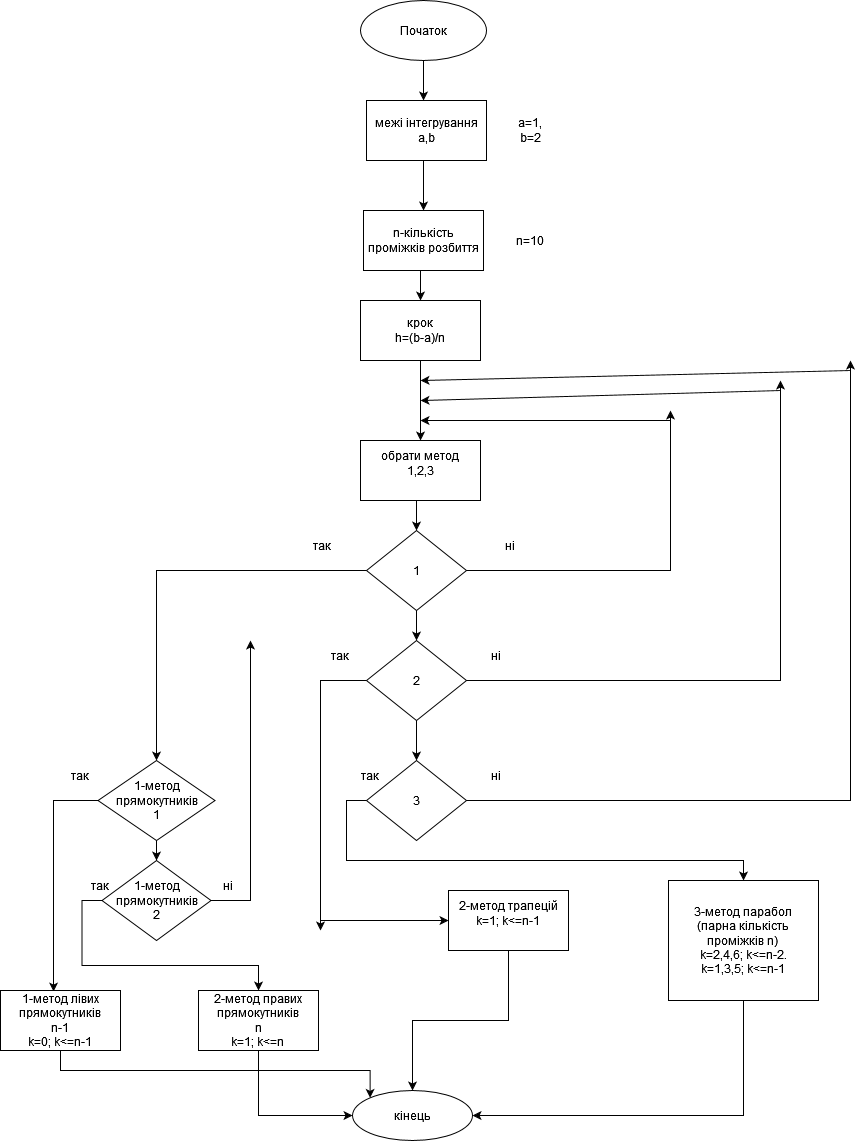
Before: Untitled Diagram.drawio.png, a diagram exported from draw.io (VolodymyrLutskevych-PE-12/Lab_2_Volodymyr-Lutskevych_PE-12_-1-). Source tidied: cells renumbered, new cells last; positions are measured from the earlier drawing's top-left corner, leaving out a move shared by most shapes. Its diagram source:
```xml
<mxGraphModel>
  <root>
    <mxCell id="0" />
    <mxCell id="1" parent="0" />
    <mxCell id="2" style="edgeStyle=orthogonalEdgeStyle;rounded=0;jettySize=auto;html=1;" parent="1" edge="1" source="3">
      <mxGeometry relative="1" as="geometry">
        <mxPoint x="423" y="100" as="targetPoint" />
      </mxGeometry>
    </mxCell>
    <mxCell id="3" value="Початок" style="ellipse;whiteSpace=wrap;html=1;" parent="1" vertex="1">
      <mxGeometry x="360" width="126" height="60" as="geometry" />
    </mxCell>
    <mxCell id="4" style="edgeStyle=orthogonalEdgeStyle;rounded=0;orthogonalLoop=1;jettySize=auto;html=1;exitX=0.5;exitY=1;exitDx=0;exitDy=0;" parent="1" edge="1">
      <mxGeometry relative="1" as="geometry">
        <mxPoint x="423" y="160" as="sourcePoint" />
        <mxPoint x="423" y="210" as="targetPoint" />
      </mxGeometry>
    </mxCell>
    <mxCell id="5" style="edgeStyle=orthogonalEdgeStyle;rounded=0;jettySize=auto;html=1;exitX=0;exitY=0.5;exitDx=0;exitDy=0;entryX=0.442;entryY=0.017;entryDx=0;entryDy=0;entryPerimeter=0;" parent="1" edge="1" source="7" target="10">
      <mxGeometry relative="1" as="geometry" />
    </mxCell>
    <mxCell id="6" style="edgeStyle=orthogonalEdgeStyle;rounded=0;jettySize=auto;html=1;exitX=0.5;exitY=1;exitDx=0;exitDy=0;" parent="1" edge="1" source="7" target="32">
      <mxGeometry relative="1" as="geometry" />
    </mxCell>
    <mxCell id="7" value="&lt;div&gt;1-метод прямокутників&lt;/div&gt;1" style="rhombus;whiteSpace=wrap;html=1;" parent="1" vertex="1">
      <mxGeometry x="97.5" y="760" width="117" height="80" as="geometry" />
    </mxCell>
    <mxCell id="8" style="edgeStyle=orthogonalEdgeStyle;rounded=0;jettySize=auto;html=1;exitX=0.5;exitY=1;exitDx=0;exitDy=0;entryX=1;entryY=0.5;entryDx=0;entryDy=0;" parent="1" edge="1" source="23" target="17">
      <mxGeometry relative="1" as="geometry" />
    </mxCell>
    <mxCell id="9" style="edgeStyle=orthogonalEdgeStyle;rounded=0;jettySize=auto;html=1;exitX=0.5;exitY=1;exitDx=0;exitDy=0;entryX=0;entryY=0;entryDx=0;entryDy=0;" parent="1" edge="1" source="10" target="17">
      <mxGeometry relative="1" as="geometry" />
    </mxCell>
    <mxCell id="10" value="&lt;div&gt;1-метод лівих прямокутників&lt;/div&gt;&lt;div&gt;n-1&lt;/div&gt;&lt;div&gt;k=0; k&amp;lt;=n-1&lt;br&gt;&lt;/div&gt;" style="rounded=0;whiteSpace=wrap;html=1;" parent="1" vertex="1">
      <mxGeometry y="990" width="120" height="60" as="geometry" />
    </mxCell>
    <mxCell id="11" style="edgeStyle=orthogonalEdgeStyle;rounded=0;jettySize=auto;html=1;exitX=0.5;exitY=1;exitDx=0;exitDy=0;entryX=0;entryY=0.5;entryDx=0;entryDy=0;" parent="1" edge="1" source="12" target="17">
      <mxGeometry relative="1" as="geometry" />
    </mxCell>
    <mxCell id="12" value="&lt;div&gt;2-метод правих прямокутників&lt;/div&gt;&lt;div&gt;n&lt;/div&gt;&lt;div&gt;k=1; k&amp;lt;=n&lt;br&gt;&lt;/div&gt;" style="rounded=0;whiteSpace=wrap;html=1;" parent="1" vertex="1">
      <mxGeometry x="198" y="990" width="120" height="60" as="geometry" />
    </mxCell>
    <mxCell id="13" value="а=1, b=2" style="text;html=1;strokeColor=none;fillColor=none;align=center;verticalAlign=middle;whiteSpace=wrap;rounded=0;" parent="1" vertex="1">
      <mxGeometry x="510" y="110" width="40" height="40" as="geometry" />
    </mxCell>
    <mxCell id="14" style="edgeStyle=orthogonalEdgeStyle;rounded=0;jettySize=auto;html=1;exitX=0.5;exitY=1;exitDx=0;exitDy=0;entryX=0.5;entryY=0;entryDx=0;entryDy=0;" parent="1" edge="1" source="15" target="20">
      <mxGeometry relative="1" as="geometry" />
    </mxCell>
    <mxCell id="15" value="n-кількість проміжків розбиття" style="rounded=0;whiteSpace=wrap;html=1;" parent="1" vertex="1">
      <mxGeometry x="363" y="210" width="120" height="60" as="geometry" />
    </mxCell>
    <mxCell id="16" value="&lt;div&gt;межі інтегрування &lt;/div&gt;a,b" style="rounded=0;whiteSpace=wrap;html=1;" parent="1" vertex="1">
      <mxGeometry x="366" y="100" width="120" height="60" as="geometry" />
    </mxCell>
    <mxCell id="17" value="кінець" style="ellipse;whiteSpace=wrap;html=1;" parent="1" vertex="1">
      <mxGeometry x="352" y="1090" width="120" height="50" as="geometry" />
    </mxCell>
    <mxCell id="18" value="n=10" style="text;html=1;strokeColor=none;fillColor=none;align=center;verticalAlign=middle;whiteSpace=wrap;rounded=0;" parent="1" vertex="1">
      <mxGeometry x="500" y="225" width="60" height="30" as="geometry" />
    </mxCell>
    <mxCell id="19" style="edgeStyle=orthogonalEdgeStyle;rounded=0;jettySize=auto;html=1;exitX=0.5;exitY=1;exitDx=0;exitDy=0;entryX=0.5;entryY=0;entryDx=0;entryDy=0;" parent="1" edge="1" source="20">
      <mxGeometry relative="1" as="geometry">
        <mxPoint x="420" y="440" as="targetPoint" />
      </mxGeometry>
    </mxCell>
    <mxCell id="20" value="&lt;div&gt;крок&lt;/div&gt;&lt;div&gt;h=(b-a)/n&lt;br&gt;&lt;/div&gt;" style="rounded=0;whiteSpace=wrap;html=1;" parent="1" vertex="1">
      <mxGeometry x="360" y="300" width="120" height="60" as="geometry" />
    </mxCell>
    <mxCell id="21" style="edgeStyle=orthogonalEdgeStyle;rounded=0;jettySize=auto;html=1;exitX=0.5;exitY=1;exitDx=0;exitDy=0;entryX=0.5;entryY=0;entryDx=0;entryDy=0;" parent="1" edge="1" source="22" target="17">
      <mxGeometry relative="1" as="geometry" />
    </mxCell>
    <mxCell id="22" value="&#10;&lt;div&gt;2-метод трапецій&lt;/div&gt;k=1; k&amp;lt;=n-1&#10;&#10;" style="rounded=0;whiteSpace=wrap;html=1;" parent="1" vertex="1">
      <mxGeometry x="448" y="890" width="120" height="60" as="geometry" />
    </mxCell>
    <mxCell id="23" value="&lt;div&gt;3-метод парабол&lt;/div&gt;&lt;div&gt;(парна кількість проміжків n) &lt;br&gt;&lt;/div&gt;&lt;div&gt;k=2,4,6; k&amp;lt;=n-2.&lt;/div&gt;&lt;div&gt;k=1,3,5; k&amp;lt;=n-1&lt;br&gt; &lt;/div&gt;" style="rounded=0;whiteSpace=wrap;html=1;" parent="1" vertex="1">
      <mxGeometry x="668" y="880" width="150" height="120" as="geometry" />
    </mxCell>
    <mxCell id="24" style="edgeStyle=orthogonalEdgeStyle;rounded=0;jettySize=auto;html=1;exitX=0;exitY=0.5;exitDx=0;exitDy=0;entryX=0.5;entryY=0;entryDx=0;entryDy=0;" parent="1" edge="1" source="27" target="7">
      <mxGeometry relative="1" as="geometry" />
    </mxCell>
    <mxCell id="25" style="edgeStyle=orthogonalEdgeStyle;rounded=0;jettySize=auto;html=1;exitX=1;exitY=0.5;exitDx=0;exitDy=0;" parent="1" edge="1" source="27">
      <mxGeometry relative="1" as="geometry">
        <mxPoint x="670" y="410" as="targetPoint" />
      </mxGeometry>
    </mxCell>
    <mxCell id="26" style="edgeStyle=orthogonalEdgeStyle;rounded=0;jettySize=auto;html=1;exitX=0.5;exitY=1;exitDx=0;exitDy=0;entryX=0.5;entryY=0;entryDx=0;entryDy=0;" parent="1" edge="1" source="27" target="36">
      <mxGeometry relative="1" as="geometry" />
    </mxCell>
    <mxCell id="27" value="1" style="rhombus;whiteSpace=wrap;html=1;" parent="1" vertex="1">
      <mxGeometry x="366" y="530" width="100" height="80" as="geometry" />
    </mxCell>
    <mxCell id="28" style="edgeStyle=orthogonalEdgeStyle;rounded=0;jettySize=auto;html=1;exitX=0.5;exitY=1;exitDx=0;exitDy=0;entryX=0.5;entryY=0;entryDx=0;entryDy=0;" parent="1" edge="1" source="29" target="27">
      <mxGeometry relative="1" as="geometry" />
    </mxCell>
    <mxCell id="29" value="&#10;&lt;div&gt;обрати метод&lt;/div&gt;1,2,3&#10;&#10;" style="rounded=0;whiteSpace=wrap;html=1;" parent="1" vertex="1">
      <mxGeometry x="360" y="440" width="120" height="60" as="geometry" />
    </mxCell>
    <mxCell id="30" style="edgeStyle=orthogonalEdgeStyle;rounded=0;jettySize=auto;html=1;exitX=0;exitY=0.5;exitDx=0;exitDy=0;entryX=0.5;entryY=0;entryDx=0;entryDy=0;" parent="1" edge="1" source="32" target="12">
      <mxGeometry relative="1" as="geometry" />
    </mxCell>
    <mxCell id="31" style="edgeStyle=orthogonalEdgeStyle;rounded=0;jettySize=auto;html=1;exitX=1;exitY=0.5;exitDx=0;exitDy=0;" parent="1" edge="1" source="32">
      <mxGeometry relative="1" as="geometry">
        <mxPoint x="250" y="640" as="targetPoint" />
      </mxGeometry>
    </mxCell>
    <mxCell id="32" value="&lt;div&gt;1-метод прямокутників&lt;/div&gt;2" style="rhombus;whiteSpace=wrap;html=1;" parent="1" vertex="1">
      <mxGeometry x="101.5" y="860" width="109" height="80" as="geometry" />
    </mxCell>
    <mxCell id="33" style="edgeStyle=orthogonalEdgeStyle;rounded=0;jettySize=auto;html=1;exitX=0;exitY=0.5;exitDx=0;exitDy=0;" parent="1" edge="1" source="36">
      <mxGeometry relative="1" as="geometry">
        <mxPoint x="320" y="930" as="targetPoint" />
      </mxGeometry>
    </mxCell>
    <mxCell id="34" style="edgeStyle=orthogonalEdgeStyle;rounded=0;jettySize=auto;html=1;exitX=1;exitY=0.5;exitDx=0;exitDy=0;" parent="1" edge="1" source="36">
      <mxGeometry relative="1" as="geometry">
        <mxPoint x="780" y="380" as="targetPoint" />
      </mxGeometry>
    </mxCell>
    <mxCell id="35" style="edgeStyle=orthogonalEdgeStyle;rounded=0;jettySize=auto;html=1;exitX=0.5;exitY=1;exitDx=0;exitDy=0;entryX=0.5;entryY=0;entryDx=0;entryDy=0;" parent="1" edge="1" source="36" target="39">
      <mxGeometry relative="1" as="geometry" />
    </mxCell>
    <mxCell id="36" value="2" style="rhombus;whiteSpace=wrap;html=1;" parent="1" vertex="1">
      <mxGeometry x="366" y="640" width="100" height="80" as="geometry" />
    </mxCell>
    <mxCell id="37" style="edgeStyle=orthogonalEdgeStyle;rounded=0;jettySize=auto;html=1;exitX=0;exitY=0.5;exitDx=0;exitDy=0;entryX=0.5;entryY=0;entryDx=0;entryDy=0;" parent="1" edge="1" source="39" target="23">
      <mxGeometry relative="1" as="geometry" />
    </mxCell>
    <mxCell id="38" style="edgeStyle=orthogonalEdgeStyle;rounded=0;jettySize=auto;html=1;exitX=1;exitY=0.5;exitDx=0;exitDy=0;" parent="1" edge="1" source="39">
      <mxGeometry relative="1" as="geometry">
        <mxPoint x="850" y="360" as="targetPoint" />
      </mxGeometry>
    </mxCell>
    <mxCell id="39" value="3" style="rhombus;whiteSpace=wrap;html=1;" parent="1" vertex="1">
      <mxGeometry x="366" y="760" width="100" height="80" as="geometry" />
    </mxCell>
    <mxCell id="40" style="endArrow=classic;html=1;rounded=0;entryX=0;entryY=0.5;entryDx=0;entryDy=0;" parent="1" edge="1" target="22">
      <mxGeometry relative="1" as="geometry">
        <mxPoint x="320" y="920" as="sourcePoint" />
      </mxGeometry>
    </mxCell>
    <mxCell id="41" value="так" style="text;html=1;strokeColor=none;fillColor=none;align=center;verticalAlign=middle;whiteSpace=wrap;rounded=0;" parent="1" vertex="1">
      <mxGeometry x="50" y="760" width="60" height="30" as="geometry" />
    </mxCell>
    <mxCell id="42" value="ні" style="text;html=1;strokeColor=none;fillColor=none;align=center;verticalAlign=middle;whiteSpace=wrap;rounded=0;rotation=0;" parent="1" vertex="1">
      <mxGeometry x="198" y="870" width="60" height="30" as="geometry" />
    </mxCell>
    <mxCell id="43" value="так" style="text;html=1;strokeColor=none;fillColor=none;align=center;verticalAlign=middle;whiteSpace=wrap;rounded=0;" parent="1" vertex="1">
      <mxGeometry x="70" y="870" width="60" height="30" as="geometry" />
    </mxCell>
    <mxCell id="44" value="так" style="text;html=1;strokeColor=none;fillColor=none;align=center;verticalAlign=middle;whiteSpace=wrap;rounded=0;" parent="1" vertex="1">
      <mxGeometry x="292" y="530" width="60" height="30" as="geometry" />
    </mxCell>
    <mxCell id="45" value="так" style="text;html=1;strokeColor=none;fillColor=none;align=center;verticalAlign=middle;whiteSpace=wrap;rounded=0;" parent="1" vertex="1">
      <mxGeometry x="310" y="640" width="60" height="30" as="geometry" />
    </mxCell>
    <mxCell id="46" value="так" style="text;html=1;strokeColor=none;fillColor=none;align=center;verticalAlign=middle;whiteSpace=wrap;rounded=0;" parent="1" vertex="1">
      <mxGeometry x="340" y="760" width="60" height="30" as="geometry" />
    </mxCell>
    <mxCell id="47" style="endArrow=classic;html=1;rounded=0;" parent="1" edge="1">
      <mxGeometry relative="1" as="geometry">
        <mxPoint x="670" y="420" as="sourcePoint" />
        <mxPoint x="420" y="420" as="targetPoint" />
      </mxGeometry>
    </mxCell>
    <mxCell id="48" style="endArrow=classic;html=1;rounded=0;" parent="1" edge="1">
      <mxGeometry relative="1" as="geometry">
        <mxPoint x="780" y="390" as="sourcePoint" />
        <mxPoint x="420" y="400" as="targetPoint" />
      </mxGeometry>
    </mxCell>
    <mxCell id="49" style="endArrow=classic;html=1;rounded=0;" parent="1" edge="1">
      <mxGeometry relative="1" as="geometry">
        <mxPoint x="850" y="370" as="sourcePoint" />
        <mxPoint x="420" y="380" as="targetPoint" />
      </mxGeometry>
    </mxCell>
    <mxCell id="50" value="ні" style="text;html=1;strokeColor=none;fillColor=none;align=center;verticalAlign=middle;whiteSpace=wrap;rounded=0;" parent="1" vertex="1">
      <mxGeometry x="480" y="530" width="60" height="30" as="geometry" />
    </mxCell>
    <mxCell id="51" value="ні" style="text;html=1;strokeColor=none;fillColor=none;align=center;verticalAlign=middle;whiteSpace=wrap;rounded=0;" parent="1" vertex="1">
      <mxGeometry x="466" y="640" width="60" height="30" as="geometry" />
    </mxCell>
    <mxCell id="52" value="ні" style="text;html=1;strokeColor=none;fillColor=none;align=center;verticalAlign=middle;whiteSpace=wrap;rounded=0;" parent="1" vertex="1">
      <mxGeometry x="466" y="760" width="60" height="30" as="geometry" />
    </mxCell>
  </root>
</mxGraphModel>
```
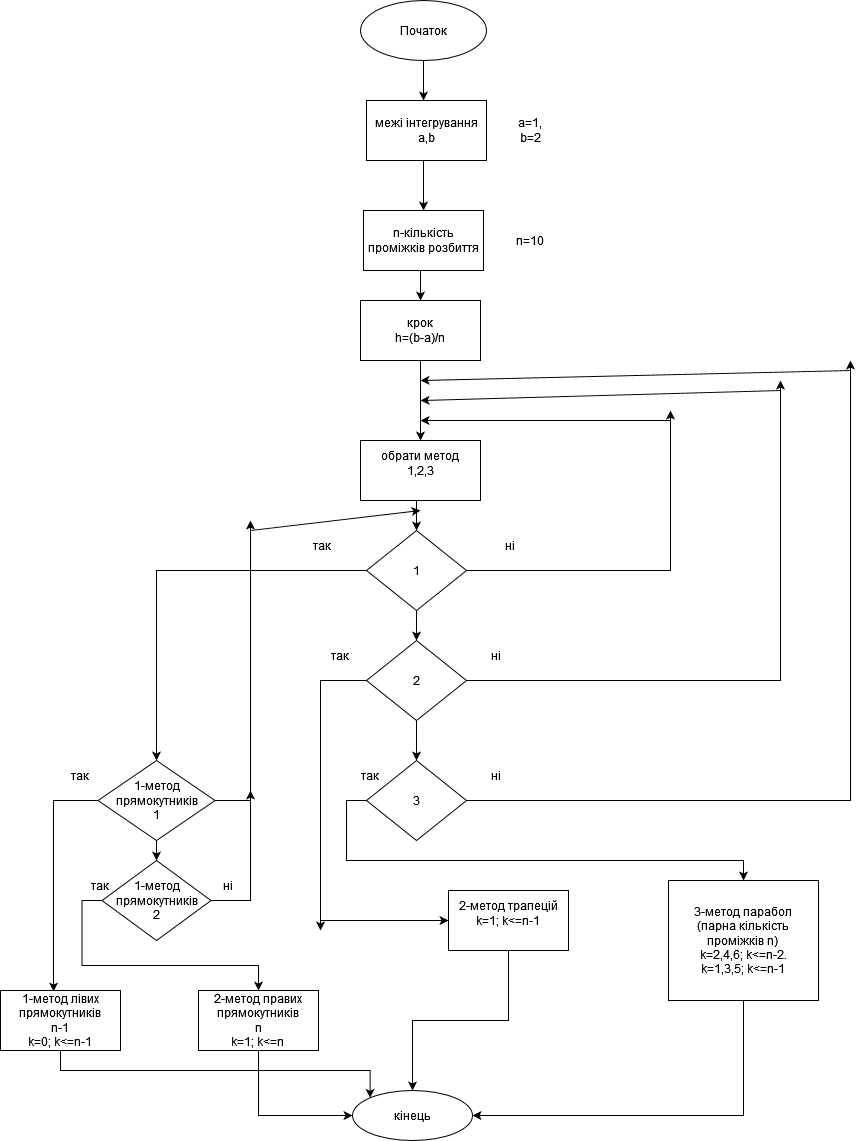
Later version of the same file.

Change to the diagram source:
```diff
@@ -22,6 +22,11 @@
     <mxCell id="6" style="edgeStyle=orthogonalEdgeStyle;rounded=0;jettySize=auto;html=1;exitX=0.5;exitY=1;exitDx=0;exitDy=0;" parent="1" edge="1" source="7" target="32">
       <mxGeometry relative="1" as="geometry" />
     </mxCell>
+    <mxCell id="53" style="edgeStyle=orthogonalEdgeStyle;rounded=0;jettySize=auto;html=1;exitX=1;exitY=0.5;exitDx=0;exitDy=0;" parent="1" edge="1" source="7">
+      <mxGeometry relative="1" as="geometry">
+        <mxPoint x="250" y="790" as="targetPoint" />
+      </mxGeometry>
+    </mxCell>
     <mxCell id="7" value="&lt;div&gt;1-метод прямокутників&lt;/div&gt;1" style="rhombus;whiteSpace=wrap;html=1;" parent="1" vertex="1">
       <mxGeometry x="97.5" y="760" width="117" height="80" as="geometry" />
     </mxCell>
@@ -100,7 +105,7 @@
     </mxCell>
     <mxCell id="31" style="edgeStyle=orthogonalEdgeStyle;rounded=0;jettySize=auto;html=1;exitX=1;exitY=0.5;exitDx=0;exitDy=0;" parent="1" edge="1" source="32">
       <mxGeometry relative="1" as="geometry">
-        <mxPoint x="250" y="640" as="targetPoint" />
+        <mxPoint x="250" y="520" as="targetPoint" />
       </mxGeometry>
     </mxCell>
     <mxCell id="32" value="&lt;div&gt;1-метод прямокутників&lt;/div&gt;2" style="rhombus;whiteSpace=wrap;html=1;" parent="1" vertex="1">
@@ -183,5 +188,11 @@
     <mxCell id="52" value="ні" style="text;html=1;strokeColor=none;fillColor=none;align=center;verticalAlign=middle;whiteSpace=wrap;rounded=0;" parent="1" vertex="1">
       <mxGeometry x="466" y="760" width="60" height="30" as="geometry" />
     </mxCell>
+    <mxCell id="54" style="endArrow=classic;html=1;rounded=0;" parent="1" edge="1">
+      <mxGeometry relative="1" as="geometry">
+        <mxPoint x="250" y="530" as="sourcePoint" />
+        <mxPoint x="420" y="510" as="targetPoint" />
+      </mxGeometry>
+    </mxCell>
   </root>
 </mxGraphModel>
```
